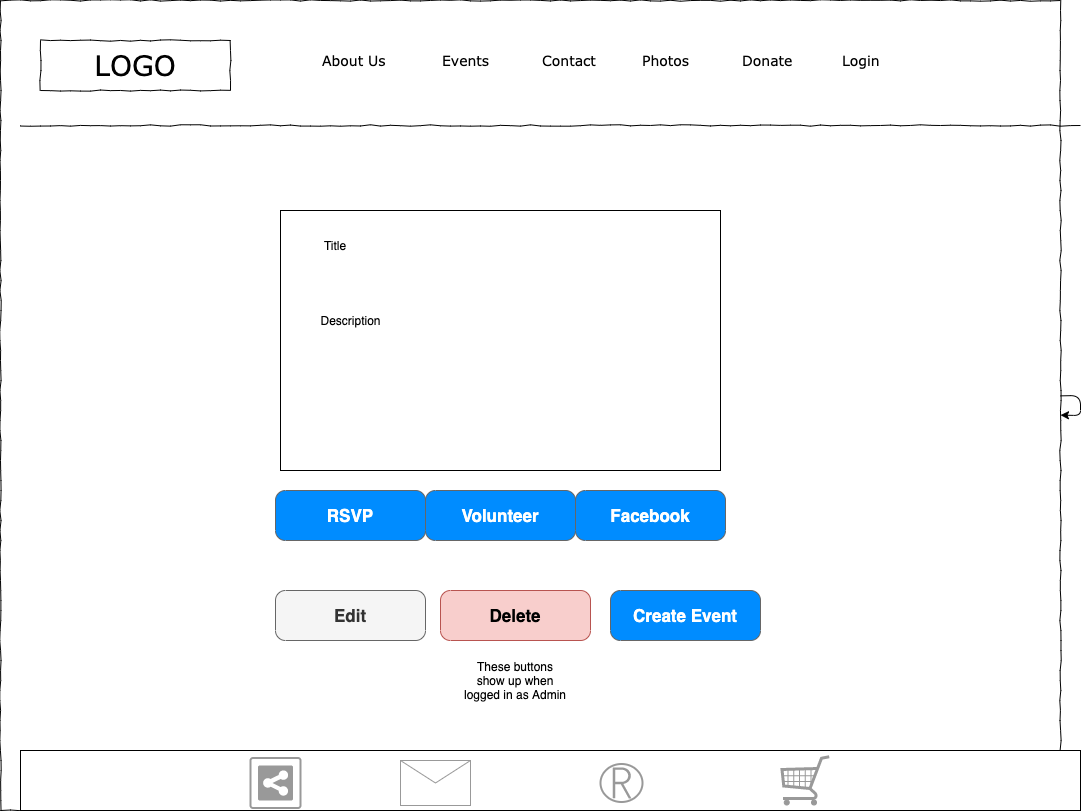
Before: src/main/resources/planning/Event Page.png, a diagram exported from draw.io (doi-hackathon/doi-hackathon). Source tidied: cells renumbered, new cells last; positions are measured from the earlier drawing's top-left corner, leaving out a move shared by most shapes.
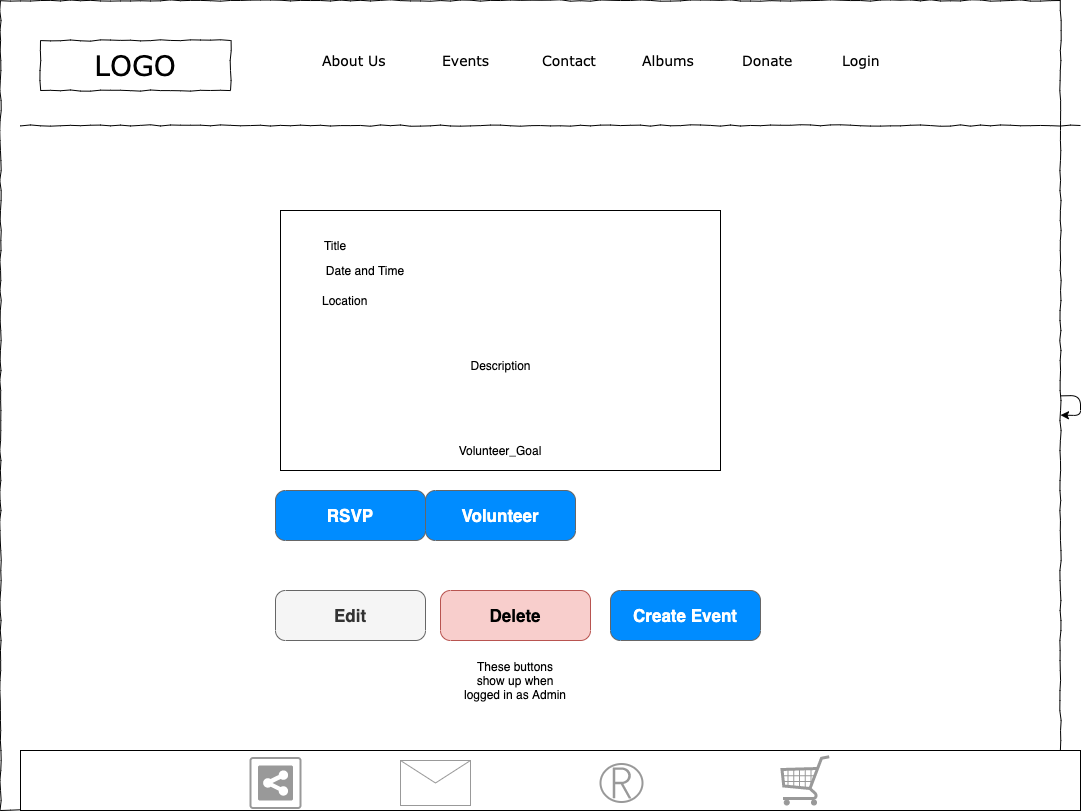
The same file after the commit.

Commit message:
Added wire-framing for user and admin dashboard and updated wire-framing for event page, user story and features updated

What changed in the source:
```diff
@@ -20,7 +20,7 @@
     <mxCell id="7" value="Contact" style="text;html=1;align=left;verticalAlign=top;spacingTop=-4;fontSize=14;fontFamily=Verdana;" parent="1" vertex="1">
       <mxGeometry x="540" y="50" width="60" height="20" as="geometry" />
     </mxCell>
-    <mxCell id="8" value="Photos&lt;br&gt;" style="text;html=1;align=left;verticalAlign=top;spacingTop=-4;fontSize=14;fontFamily=Verdana;" parent="1" vertex="1">
+    <mxCell id="8" value="Albums" style="text;html=1;align=left;verticalAlign=top;spacingTop=-4;fontSize=14;fontFamily=Verdana;" parent="1" vertex="1">
       <mxGeometry x="640" y="50" width="60" height="20" as="geometry" />
     </mxCell>
     <mxCell id="9" value="Donate" style="text;html=1;align=left;verticalAlign=top;spacingTop=-4;fontSize=14;fontFamily=Verdana;" parent="1" vertex="1">
@@ -59,14 +59,11 @@
     <mxCell id="19" value="Volunteer" style="strokeWidth=1;shadow=0;dashed=0;align=center;html=1;shape=mxgraph.mockup.buttons.button;strokeColor=#666666;fontColor=#ffffff;mainText=;buttonStyle=round;fontSize=17;fontStyle=1;fillColor=#008cff;whiteSpace=wrap;" parent="1" vertex="1">
       <mxGeometry x="425" y="490" width="150" height="50" as="geometry" />
     </mxCell>
-    <mxCell id="20" value="Facebook" style="strokeWidth=1;shadow=0;dashed=0;align=center;html=1;shape=mxgraph.mockup.buttons.button;strokeColor=#666666;fontColor=#ffffff;mainText=;buttonStyle=round;fontSize=17;fontStyle=1;fillColor=#008cff;whiteSpace=wrap;" parent="1" vertex="1">
-      <mxGeometry x="575" y="490" width="150" height="50" as="geometry" />
-    </mxCell>
     <mxCell id="21" value="Title" style="text;html=1;strokeColor=none;fillColor=none;align=center;verticalAlign=middle;whiteSpace=wrap;rounded=0;" parent="1" vertex="1">
       <mxGeometry x="300" y="230" width="70" height="30" as="geometry" />
     </mxCell>
     <mxCell id="22" value="Description" style="text;html=1;strokeColor=none;fillColor=none;align=center;verticalAlign=middle;whiteSpace=wrap;rounded=0;" parent="1" vertex="1">
-      <mxGeometry x="282.5" y="280" width="135" height="80" as="geometry" />
+      <mxGeometry x="432.5" y="325" width="135" height="80" as="geometry" />
     </mxCell>
     <mxCell id="23" value="Edit" style="strokeWidth=1;shadow=0;dashed=0;align=center;html=1;shape=mxgraph.mockup.buttons.button;strokeColor=#666666;mainText=;buttonStyle=round;fontSize=17;fontStyle=1;fillColor=#f5f5f5;whiteSpace=wrap;fontColor=#333333;" parent="1" vertex="1">
       <mxGeometry x="275" y="590" width="150" height="50" as="geometry" />
@@ -87,5 +84,14 @@
     <mxCell id="27" value="Create Event" style="strokeWidth=1;shadow=0;dashed=0;align=center;html=1;shape=mxgraph.mockup.buttons.button;strokeColor=#666666;fontColor=#ffffff;mainText=;buttonStyle=round;fontSize=17;fontStyle=1;fillColor=#008cff;whiteSpace=wrap;" parent="1" vertex="1">
       <mxGeometry x="610" y="590" width="150" height="50" as="geometry" />
     </mxCell>
+    <mxCell id="28" value="Date and Time" style="text;html=1;strokeColor=none;fillColor=none;align=center;verticalAlign=middle;whiteSpace=wrap;rounded=0;" parent="1" vertex="1">
+      <mxGeometry x="320" y="260" width="90" height="20" as="geometry" />
+    </mxCell>
+    <mxCell id="29" value="Location" style="text;html=1;strokeColor=none;fillColor=none;align=left;verticalAlign=middle;whiteSpace=wrap;rounded=0;" parent="1" vertex="1">
+      <mxGeometry x="320" y="290" width="220" height="20" as="geometry" />
+    </mxCell>
+    <mxCell id="30" value="Volunteer_Goal" style="text;html=1;strokeColor=none;fillColor=none;align=center;verticalAlign=middle;whiteSpace=wrap;rounded=0;" parent="1" vertex="1">
+      <mxGeometry x="330" y="440" width="340" height="20" as="geometry" />
+    </mxCell>
   </root>
 </mxGraphModel>
```
